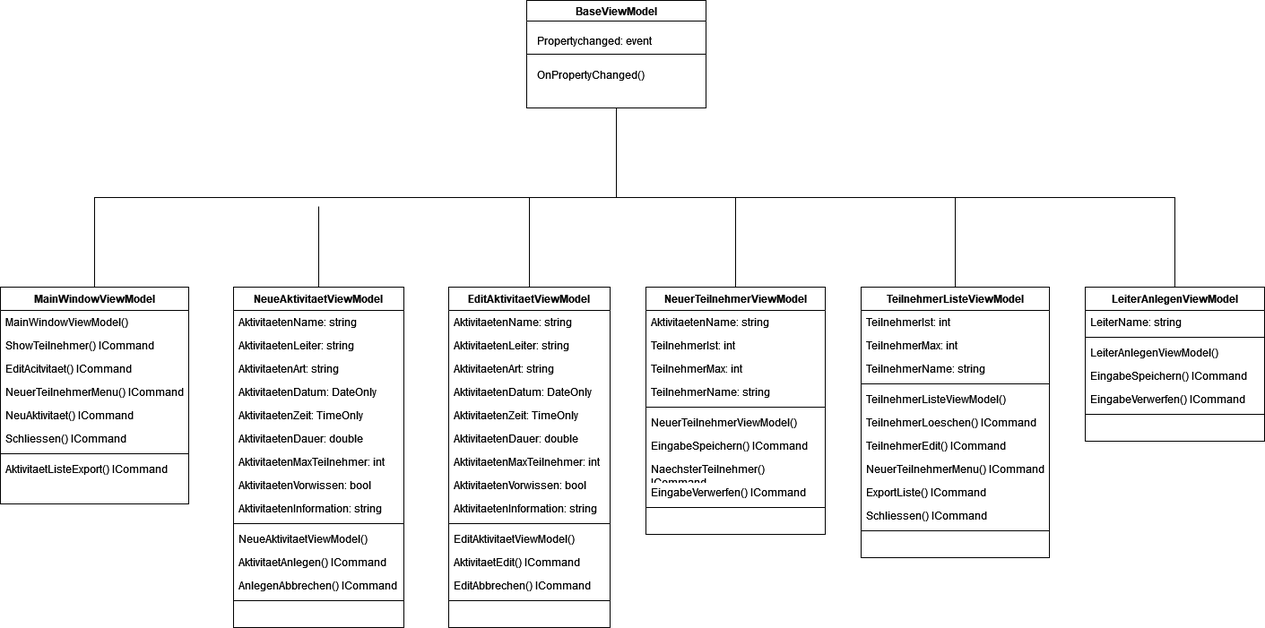
The draw.io diagram CVAVT/Diagrams/UML_erweitert v2.0.drawio.png in mastapetz/CVAVT, before a commit. Source tidied: cells renumbered, new cells last; positions are measured from the earlier drawing's top-left corner, leaving out a move shared by most shapes.
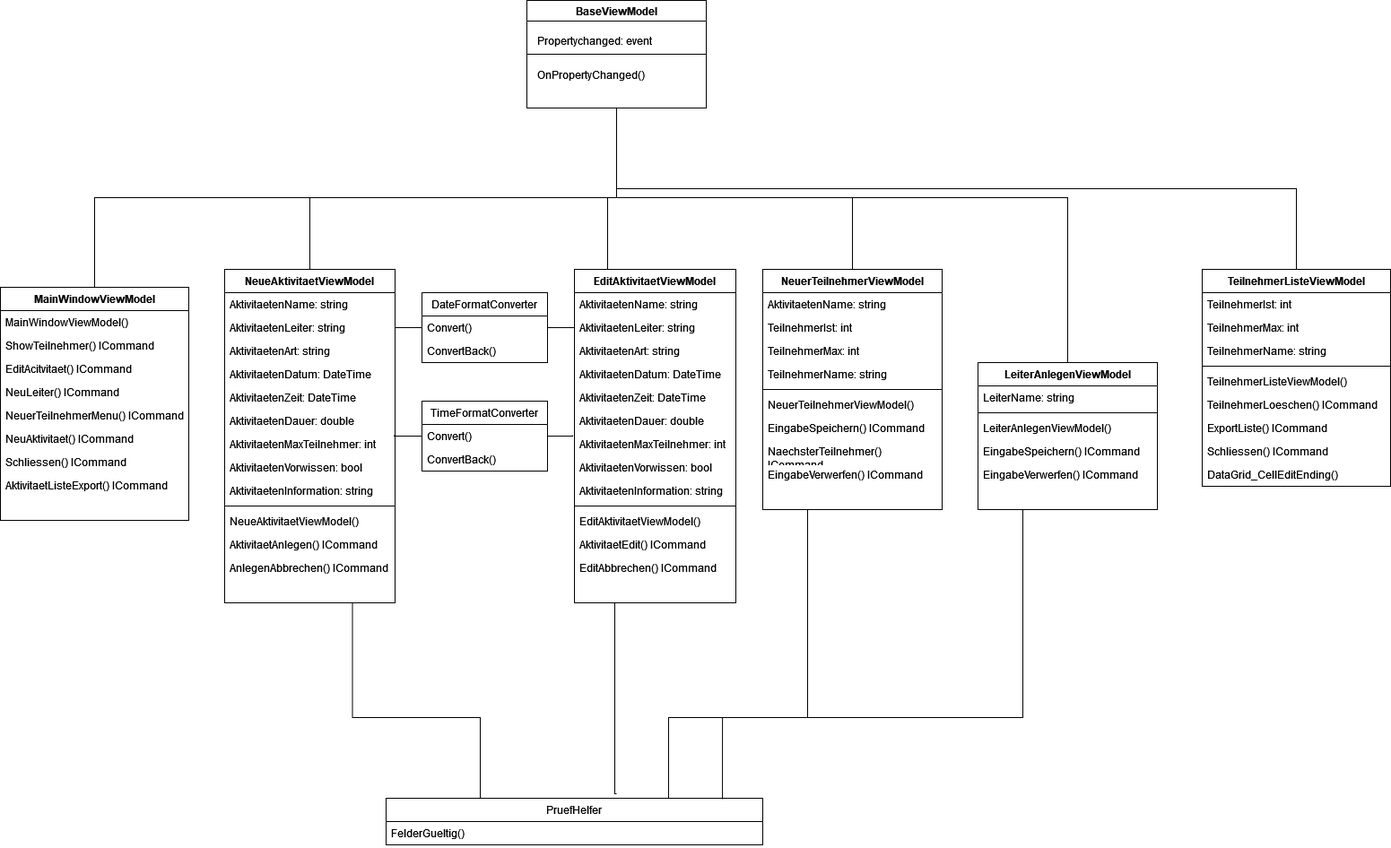
Later version of the same file.

What changed in the source:
```diff
@@ -24,7 +24,15 @@
       <mxGeometry relative="1" as="geometry">
-        <mxPoint x="355" y="230" as="targetPoint" />
+        <mxPoint x="345" y="220" as="targetPoint" />
       </mxGeometry>
     </mxCell>
+    <mxCell id="87" style="edgeStyle=orthogonalEdgeStyle;rounded=0;jettySize=auto;html=1;exitX=0.75;exitY=1;exitDx=0;exitDy=0;entryX=0.25;entryY=0;entryDx=0;entryDy=0;endArrow=none;endFill=0;" parent="1" edge="1" source="7" target="92">
+      <mxGeometry relative="1" as="geometry">
+        <Array as="points">
+          <mxPoint x="393" y="800" />
+          <mxPoint x="535" y="800" />
+        </Array>
+      </mxGeometry>
+    </mxCell>
     <mxCell id="7" value="NeueAktivitaetViewModel" style="swimlane;fontStyle=1;align=center;verticalAlign=top;horizontal=1;startSize=26;whiteSpace=wrap;html=1;" parent="1" vertex="1">
-      <mxGeometry x="260" y="320" width="190" height="380" as="geometry" />
+      <mxGeometry x="250" y="300" width="190" height="372" as="geometry" />
     </mxCell>
@@ -39,6 +47,6 @@
     </mxCell>
-    <mxCell id="11" value="AktivitaetenDatum: DateOnly" style="text;strokeColor=none;fillColor=none;align=left;verticalAlign=top;spacingLeft=4;spacingRight=4;overflow=hidden;whiteSpace=wrap;html=1;" parent="7" vertex="1">
+    <mxCell id="11" value="AktivitaetenDatum: DateTime" style="text;strokeColor=none;fillColor=none;align=left;verticalAlign=top;spacingLeft=4;spacingRight=4;overflow=hidden;whiteSpace=wrap;html=1;" parent="7" vertex="1">
       <mxGeometry y="104" width="190" height="26" as="geometry" />
     </mxCell>
-    <mxCell id="12" value="AktivitaetenZeit: TimeOnly" style="text;strokeColor=none;fillColor=none;align=left;verticalAlign=top;spacingLeft=4;spacingRight=4;overflow=hidden;whiteSpace=wrap;html=1;" parent="7" vertex="1">
+    <mxCell id="12" value="AktivitaetenZeit: DateTime" style="text;strokeColor=none;fillColor=none;align=left;verticalAlign=top;spacingLeft=4;spacingRight=4;overflow=hidden;whiteSpace=wrap;html=1;" parent="7" vertex="1">
       <mxGeometry y="130" width="190" height="26" as="geometry" />
@@ -69,7 +77,4 @@
     </mxCell>
-    <mxCell id="21" style="line;strokeWidth=1;fillColor=none;align=left;verticalAlign=middle;spacingTop=-1;spacingLeft=3;spacingRight=3;labelPosition=right;strokeColor=inherit;" parent="7" vertex="1">
-      <mxGeometry y="346" width="190" height="8" as="geometry" />
-    </mxCell>
     <mxCell id="22" style="text;strokeColor=none;fillColor=none;align=left;verticalAlign=top;spacingLeft=4;spacingRight=4;overflow=hidden;whiteSpace=wrap;html=1;" parent="7" vertex="1">
-      <mxGeometry y="354" width="190" height="26" as="geometry" />
+      <mxGeometry y="346" width="190" height="26" as="geometry" />
     </mxCell>
@@ -79,3 +84,3 @@
     <mxCell id="24" value="MainWindowViewModel" style="swimlane;fontStyle=1;align=center;verticalAlign=top;horizontal=1;startSize=26;whiteSpace=wrap;html=1;" parent="1" vertex="1">
-      <mxGeometry y="320" width="210" height="242" as="geometry" />
+      <mxGeometry y="320" width="210" height="260" as="geometry" />
     </mxCell>
@@ -90,19 +95,19 @@
     </mxCell>
+    <mxCell id="88" value="NeuLeiter() ICommand" style="text;strokeColor=none;fillColor=none;align=left;verticalAlign=top;spacingLeft=4;spacingRight=4;overflow=hidden;whiteSpace=wrap;html=1;" parent="24" vertex="1">
+      <mxGeometry y="104" width="210" height="26" as="geometry" />
+    </mxCell>
     <mxCell id="28" value="NeuerTeilnehmerMenu() ICommand" style="text;strokeColor=none;fillColor=none;align=left;verticalAlign=top;spacingLeft=4;spacingRight=4;overflow=hidden;whiteSpace=wrap;html=1;" parent="24" vertex="1">
-      <mxGeometry y="104" width="210" height="26" as="geometry" />
+      <mxGeometry y="130" width="210" height="26" as="geometry" />
     </mxCell>
     <mxCell id="29" value="NeuAktivitaet() ICommand" style="text;strokeColor=none;fillColor=none;align=left;verticalAlign=top;spacingLeft=4;spacingRight=4;overflow=hidden;whiteSpace=wrap;html=1;" parent="24" vertex="1">
-      <mxGeometry y="130" width="210" height="26" as="geometry" />
+      <mxGeometry y="156" width="210" height="26" as="geometry" />
     </mxCell>
     <mxCell id="30" value="Schliessen() ICommand" style="text;strokeColor=none;fillColor=none;align=left;verticalAlign=top;spacingLeft=4;spacingRight=4;overflow=hidden;whiteSpace=wrap;html=1;" parent="24" vertex="1">
-      <mxGeometry y="156" width="210" height="26" as="geometry" />
+      <mxGeometry y="182" width="210" height="26" as="geometry" />
     </mxCell>
-    <mxCell id="31" style="line;strokeWidth=1;fillColor=none;align=left;verticalAlign=middle;spacingTop=-1;spacingLeft=3;spacingRight=3;labelPosition=right;strokeColor=inherit;" parent="24" vertex="1">
-      <mxGeometry y="182" width="210" height="8" as="geometry" />
-    </mxCell>
     <mxCell id="32" value="AktivitaetListeExport() ICommand" style="text;strokeColor=none;fillColor=none;align=left;verticalAlign=top;spacingLeft=4;spacingRight=4;overflow=hidden;whiteSpace=wrap;html=1;" parent="24" vertex="1">
-      <mxGeometry y="190" width="210" height="26" as="geometry" />
+      <mxGeometry y="208" width="210" height="26" as="geometry" />
     </mxCell>
     <mxCell id="33" style="text;strokeColor=none;fillColor=none;align=left;verticalAlign=top;spacingLeft=4;spacingRight=4;overflow=hidden;whiteSpace=wrap;html=1;" parent="24" vertex="1">
-      <mxGeometry y="216" width="210" height="26" as="geometry" />
+      <mxGeometry y="234" width="210" height="26" as="geometry" />
     </mxCell>
@@ -111,6 +116,16 @@
         <mxPoint x="590" y="220" as="targetPoint" />
+        <Array as="points">
+          <mxPoint x="677" y="220" />
+        </Array>
       </mxGeometry>
     </mxCell>
+    <mxCell id="89" style="edgeStyle=orthogonalEdgeStyle;rounded=0;jettySize=auto;html=1;exitX=0.25;exitY=1;exitDx=0;exitDy=0;entryX=0.612;entryY=-0.096;entryDx=0;entryDy=0;entryPerimeter=0;endArrow=none;endFill=0;" parent="1" edge="1" source="35" target="92">
+      <mxGeometry relative="1" as="geometry">
+        <Array as="points">
+          <mxPoint x="685" y="885" />
+        </Array>
+      </mxGeometry>
+    </mxCell>
     <mxCell id="35" value="EditAktivitaetViewModel" style="swimlane;fontStyle=1;align=center;verticalAlign=top;horizontal=1;startSize=26;whiteSpace=wrap;html=1;" parent="1" vertex="1">
-      <mxGeometry x="500" y="320" width="180" height="380" as="geometry" />
+      <mxGeometry x="640" y="300" width="180" height="372" as="geometry" />
     </mxCell>
@@ -125,6 +140,6 @@
     </mxCell>
-    <mxCell id="39" value="AktivitaetenDatum: DateOnly" style="text;strokeColor=none;fillColor=none;align=left;verticalAlign=top;spacingLeft=4;spacingRight=4;overflow=hidden;whiteSpace=wrap;html=1;" parent="35" vertex="1">
+    <mxCell id="39" value="AktivitaetenDatum: DateTime" style="text;strokeColor=none;fillColor=none;align=left;verticalAlign=top;spacingLeft=4;spacingRight=4;overflow=hidden;whiteSpace=wrap;html=1;" parent="35" vertex="1">
       <mxGeometry y="104" width="180" height="26" as="geometry" />
     </mxCell>
-    <mxCell id="40" value="AktivitaetenZeit: TimeOnly" style="text;strokeColor=none;fillColor=none;align=left;verticalAlign=top;spacingLeft=4;spacingRight=4;overflow=hidden;whiteSpace=wrap;html=1;" parent="35" vertex="1">
+    <mxCell id="40" value="AktivitaetenZeit: DateTime" style="text;strokeColor=none;fillColor=none;align=left;verticalAlign=top;spacingLeft=4;spacingRight=4;overflow=hidden;whiteSpace=wrap;html=1;" parent="35" vertex="1">
       <mxGeometry y="130" width="180" height="26" as="geometry" />
@@ -155,7 +170,4 @@
     </mxCell>
-    <mxCell id="49" style="line;strokeWidth=1;fillColor=none;align=left;verticalAlign=middle;spacingTop=-1;spacingLeft=3;spacingRight=3;labelPosition=right;strokeColor=inherit;" parent="35" vertex="1">
-      <mxGeometry y="346" width="180" height="8" as="geometry" />
-    </mxCell>
     <mxCell id="50" style="text;strokeColor=none;fillColor=none;align=left;verticalAlign=top;spacingLeft=4;spacingRight=4;overflow=hidden;whiteSpace=wrap;html=1;" parent="35" vertex="1">
-      <mxGeometry y="354" width="180" height="26" as="geometry" />
+      <mxGeometry y="346" width="180" height="26" as="geometry" />
     </mxCell>
@@ -164,6 +176,17 @@
         <mxPoint x="820" y="220" as="targetPoint" />
+        <Array as="points">
+          <mxPoint x="950" y="220" />
+        </Array>
       </mxGeometry>
     </mxCell>
+    <mxCell id="90" style="edgeStyle=orthogonalEdgeStyle;rounded=0;jettySize=auto;html=1;exitX=0.25;exitY=1;exitDx=0;exitDy=0;entryX=0.75;entryY=0;entryDx=0;entryDy=0;endArrow=none;endFill=0;" parent="1" edge="1" source="52" target="92">
+      <mxGeometry relative="1" as="geometry">
+        <Array as="points">
+          <mxPoint x="900" y="800" />
+          <mxPoint x="745" y="800" />
+        </Array>
+      </mxGeometry>
+    </mxCell>
     <mxCell id="52" value="NeuerTeilnehmerViewModel" style="swimlane;fontStyle=1;align=center;verticalAlign=top;horizontal=1;startSize=26;whiteSpace=wrap;html=1;" parent="1" vertex="1">
-      <mxGeometry x="720" y="320" width="200" height="276" as="geometry" />
+      <mxGeometry x="850" y="300" width="200" height="268" as="geometry" />
     </mxCell>
@@ -196,7 +219,4 @@
     </mxCell>
-    <mxCell id="62" style="line;strokeWidth=1;fillColor=none;align=left;verticalAlign=middle;spacingTop=-1;spacingLeft=3;spacingRight=3;labelPosition=right;strokeColor=inherit;" parent="52" vertex="1">
-      <mxGeometry y="242" width="200" height="8" as="geometry" />
-    </mxCell>
     <mxCell id="63" style="text;strokeColor=none;fillColor=none;align=left;verticalAlign=top;spacingLeft=4;spacingRight=4;overflow=hidden;whiteSpace=wrap;html=1;" parent="52" vertex="1">
-      <mxGeometry y="250" width="200" height="26" as="geometry" />
+      <mxGeometry y="242" width="200" height="26" as="geometry" />
     </mxCell>
@@ -206,3 +226,3 @@
     <mxCell id="65" value="TeilnehmerListeViewModel" style="swimlane;fontStyle=1;align=center;verticalAlign=top;horizontal=1;startSize=26;whiteSpace=wrap;html=1;" parent="1" vertex="1">
-      <mxGeometry x="960" y="320" width="210" height="302" as="geometry" />
+      <mxGeometry x="1340" y="300" width="210" height="242" as="geometry" />
     </mxCell>
@@ -226,25 +246,29 @@
     </mxCell>
-    <mxCell id="72" value="TeilnehmerEdit() ICommand" style="text;strokeColor=none;fillColor=none;align=left;verticalAlign=top;spacingLeft=4;spacingRight=4;overflow=hidden;whiteSpace=wrap;html=1;" parent="65" vertex="1">
-      <mxGeometry y="164" width="210" height="26" as="geometry" />
-    </mxCell>
-    <mxCell id="73" value="NeuerTeilnehmerMenu() ICommand" style="text;strokeColor=none;fillColor=none;align=left;verticalAlign=top;spacingLeft=4;spacingRight=4;overflow=hidden;whiteSpace=wrap;html=1;" parent="65" vertex="1">
-      <mxGeometry y="190" width="210" height="26" as="geometry" />
-    </mxCell>
     <mxCell id="74" value="ExportListe() ICommand" style="text;strokeColor=none;fillColor=none;align=left;verticalAlign=top;spacingLeft=4;spacingRight=4;overflow=hidden;whiteSpace=wrap;html=1;" parent="65" vertex="1">
-      <mxGeometry y="216" width="210" height="26" as="geometry" />
+      <mxGeometry y="164" width="210" height="26" as="geometry" />
     </mxCell>
     <mxCell id="75" value="Schliessen() ICommand" style="text;strokeColor=none;fillColor=none;align=left;verticalAlign=top;spacingLeft=4;spacingRight=4;overflow=hidden;whiteSpace=wrap;html=1;" parent="65" vertex="1">
-      <mxGeometry y="242" width="210" height="26" as="geometry" />
+      <mxGeometry y="190" width="210" height="26" as="geometry" />
     </mxCell>
-    <mxCell id="76" style="line;strokeWidth=1;fillColor=none;align=left;verticalAlign=middle;spacingTop=-1;spacingLeft=3;spacingRight=3;labelPosition=right;strokeColor=inherit;" parent="65" vertex="1">
-      <mxGeometry y="268" width="210" height="8" as="geometry" />
-    </mxCell>
-    <mxCell id="77" style="text;strokeColor=none;fillColor=none;align=left;verticalAlign=top;spacingLeft=4;spacingRight=4;overflow=hidden;whiteSpace=wrap;html=1;" parent="65" vertex="1">
-      <mxGeometry y="276" width="210" height="26" as="geometry" />
+    <mxCell id="77" value="DataGrid_CellEditEnding()" style="text;strokeColor=none;fillColor=none;align=left;verticalAlign=top;spacingLeft=4;spacingRight=4;overflow=hidden;whiteSpace=wrap;html=1;" parent="65" vertex="1">
+      <mxGeometry y="216" width="210" height="26" as="geometry" />
     </mxCell>
     <mxCell id="78" style="edgeStyle=orthogonalEdgeStyle;rounded=0;jettySize=auto;html=1;exitX=0.5;exitY=0;exitDx=0;exitDy=0;entryX=0.5;entryY=1;entryDx=0;entryDy=0;endArrow=none;endFill=0;" parent="1" edge="1" source="79" target="2">
-      <mxGeometry relative="1" as="geometry" />
+      <mxGeometry relative="1" as="geometry">
+        <Array as="points">
+          <mxPoint x="1190" y="220" />
+          <mxPoint x="687" y="220" />
+        </Array>
+      </mxGeometry>
     </mxCell>
+    <mxCell id="91" style="edgeStyle=orthogonalEdgeStyle;rounded=0;jettySize=auto;html=1;exitX=0.25;exitY=1;exitDx=0;exitDy=0;entryX=0.893;entryY=0.019;entryDx=0;entryDy=0;entryPerimeter=0;endArrow=none;endFill=0;" parent="1" edge="1" source="79" target="92">
+      <mxGeometry relative="1" as="geometry">
+        <Array as="points">
+          <mxPoint x="1140" y="800" />
+          <mxPoint x="805" y="800" />
+        </Array>
+      </mxGeometry>
+    </mxCell>
     <mxCell id="79" value="LeiterAnlegenViewModel" style="swimlane;fontStyle=1;align=center;verticalAlign=top;horizontal=1;startSize=26;whiteSpace=wrap;html=1;" parent="1" vertex="1">
-      <mxGeometry x="1210" y="320" width="200" height="172" as="geometry" />
+      <mxGeometry x="1090" y="404" width="200" height="164" as="geometry" />
     </mxCell>
@@ -265,8 +289,41 @@
     </mxCell>
-    <mxCell id="85" style="line;strokeWidth=1;fillColor=none;align=left;verticalAlign=middle;spacingTop=-1;spacingLeft=3;spacingRight=3;labelPosition=right;strokeColor=inherit;" parent="79" vertex="1">
-      <mxGeometry y="138" width="200" height="8" as="geometry" />
-    </mxCell>
     <mxCell id="86" style="text;strokeColor=none;fillColor=none;align=left;verticalAlign=top;spacingLeft=4;spacingRight=4;overflow=hidden;whiteSpace=wrap;html=1;" parent="79" vertex="1">
-      <mxGeometry y="146" width="200" height="26" as="geometry" />
+      <mxGeometry y="138" width="200" height="26" as="geometry" />
     </mxCell>
+    <mxCell id="92" value="PruefHelfer" style="swimlane;fontStyle=0;horizontal=1;startSize=26;fillColor=none;whiteSpace=wrap;html=1;" parent="1" vertex="1">
+      <mxGeometry x="430" y="890" width="420" height="52" as="geometry" />
+    </mxCell>
+    <mxCell id="93" value="FelderGueltig()" style="text;strokeColor=none;fillColor=none;align=left;verticalAlign=top;spacingLeft=4;spacingRight=4;overflow=hidden;whiteSpace=wrap;html=1;" parent="92" vertex="1">
+      <mxGeometry y="26" width="420" height="26" as="geometry" />
+    </mxCell>
+    <mxCell id="94" value="DateFormatConverter" style="swimlane;fontStyle=0;horizontal=1;startSize=26;fillColor=none;whiteSpace=wrap;html=1;" parent="1" vertex="1">
+      <mxGeometry x="470" y="326" width="140" height="78" as="geometry" />
+    </mxCell>
+    <mxCell id="95" value="Convert()" style="text;strokeColor=none;fillColor=none;align=left;verticalAlign=top;spacingLeft=4;spacingRight=4;overflow=hidden;points=[[0,0.5],[1,0.5]];portConstraint=eastwest;whiteSpace=wrap;html=1;" parent="94" vertex="1">
+      <mxGeometry y="26" width="140" height="26" as="geometry" />
+    </mxCell>
+    <mxCell id="96" value="ConvertBack()" style="text;strokeColor=none;fillColor=none;align=left;verticalAlign=top;spacingLeft=4;spacingRight=4;overflow=hidden;whiteSpace=wrap;html=1;" parent="94" vertex="1">
+      <mxGeometry y="52" width="140" height="26" as="geometry" />
+    </mxCell>
+    <mxCell id="97" value="TimeFormatConverter" style="swimlane;fontStyle=0;horizontal=1;startSize=26;fillColor=none;whiteSpace=wrap;html=1;" parent="1" vertex="1">
+      <mxGeometry x="470" y="447" width="140" height="78" as="geometry" />
+    </mxCell>
+    <mxCell id="98" value="Convert()" style="text;strokeColor=none;fillColor=none;align=left;verticalAlign=top;spacingLeft=4;spacingRight=4;overflow=hidden;points=[[0,0.5],[1,0.5]];portConstraint=eastwest;whiteSpace=wrap;html=1;" parent="97" vertex="1">
+      <mxGeometry y="26" width="140" height="26" as="geometry" />
+    </mxCell>
+    <mxCell id="99" value="ConvertBack()" style="text;strokeColor=none;fillColor=none;align=left;verticalAlign=top;spacingLeft=4;spacingRight=4;overflow=hidden;whiteSpace=wrap;html=1;" parent="97" vertex="1">
+      <mxGeometry y="52" width="140" height="26" as="geometry" />
+    </mxCell>
+    <mxCell id="100" style="edgeStyle=orthogonalEdgeStyle;rounded=0;jettySize=auto;html=1;endArrow=none;endFill=0;" parent="1" edge="1" source="95" target="9">
+      <mxGeometry relative="1" as="geometry" />
+    </mxCell>
+    <mxCell id="101" style="edgeStyle=orthogonalEdgeStyle;rounded=0;jettySize=auto;html=1;exitX=0;exitY=0.5;exitDx=0;exitDy=0;entryX=0.995;entryY=0.115;entryDx=0;entryDy=0;entryPerimeter=0;endArrow=none;endFill=0;" parent="1" edge="1" source="98" target="14">
+      <mxGeometry relative="1" as="geometry" />
+    </mxCell>
+    <mxCell id="102" style="edgeStyle=orthogonalEdgeStyle;rounded=0;jettySize=auto;html=1;exitX=1;exitY=0.5;exitDx=0;exitDy=0;entryX=-0.011;entryY=0.115;entryDx=0;entryDy=0;entryPerimeter=0;endArrow=none;endFill=0;" parent="1" edge="1" source="98" target="42">
+      <mxGeometry relative="1" as="geometry" />
+    </mxCell>
+    <mxCell id="103" style="edgeStyle=orthogonalEdgeStyle;rounded=0;jettySize=auto;html=1;exitX=1;exitY=0.5;exitDx=0;exitDy=0;endArrow=none;endFill=0;" parent="1" edge="1" source="95" target="37">
+      <mxGeometry relative="1" as="geometry" />
+    </mxCell>
   </root>
```
